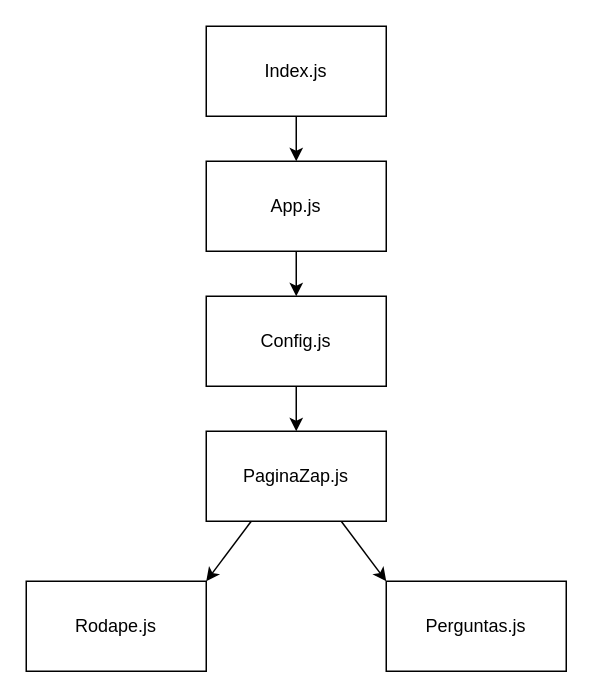
JoaoGMagri/-Driven-projeto9-zaprecall keeps this draw.io diagram as src/Diagrama.drawio. Above is the earlier version. Source tidied: cells renumbered, new cells numbered last; positions are measured from the earlier drawing's top-left corner, leaving out a move shared by most shapes. Both pictures are drawn from the tidied source at 150%, with x=0, y=0 at pixel (26, 26).
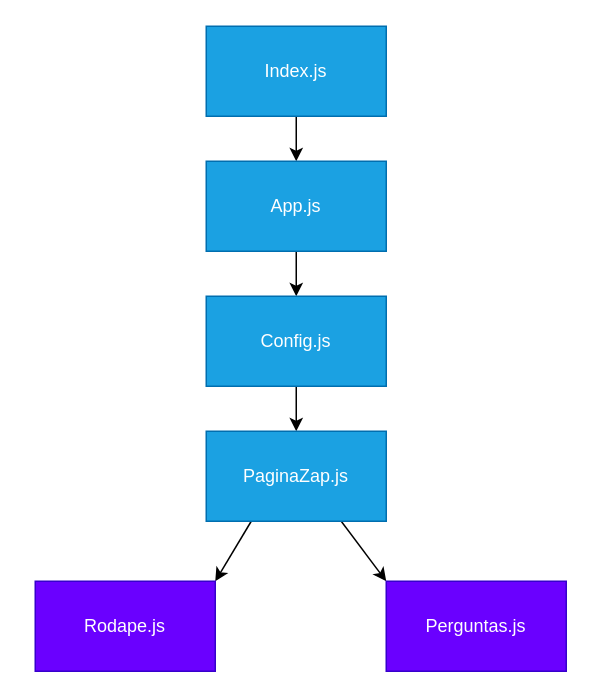
The same diagram, later.

Change to the diagram source:
```diff
@@
 <mxGraphModel>
   <root>
     <mxCell id="0" />
     <mxCell id="1" parent="0" />
     <mxCell id="2" style="edgeStyle=none;html=1;exitX=0.5;exitY=1;exitDx=0;exitDy=0;entryX=0.5;entryY=0;entryDx=0;entryDy=0;" parent="1" edge="1" source="3" target="5">
       <mxGeometry relative="1" as="geometry" />
     </mxCell>
-    <mxCell id="3" value="Index.js" style="rounded=0;whiteSpace=wrap;html=1;" parent="1" vertex="1">
+    <mxCell id="3" value="Index.js" style="rounded=0;whiteSpace=wrap;html=1;fillColor=#1ba1e2;fontColor=#ffffff;strokeColor=#006EAF;" parent="1" vertex="1">
       <mxGeometry x="120" width="120" height="60" as="geometry" />
     </mxCell>
     <mxCell id="4" style="edgeStyle=none;html=1;exitX=0.5;exitY=1;exitDx=0;exitDy=0;entryX=0.5;entryY=0;entryDx=0;entryDy=0;" parent="1" edge="1" source="5" target="7">
       <mxGeometry relative="1" as="geometry" />
     </mxCell>
-    <mxCell id="5" value="App.js" style="rounded=0;whiteSpace=wrap;html=1;" parent="1" vertex="1">
+    <mxCell id="5" value="App.js" style="rounded=0;whiteSpace=wrap;html=1;fillColor=#1ba1e2;fontColor=#ffffff;strokeColor=#006EAF;" parent="1" vertex="1">
       <mxGeometry x="120" y="90" width="120" height="60" as="geometry" />
     </mxCell>
     <mxCell id="6" style="edgeStyle=none;html=1;exitX=0.5;exitY=1;exitDx=0;exitDy=0;entryX=0.5;entryY=0;entryDx=0;entryDy=0;" parent="1" edge="1" source="7" target="10">
       <mxGeometry relative="1" as="geometry" />
     </mxCell>
-    <mxCell id="7" value="Config.js" style="rounded=0;whiteSpace=wrap;html=1;" parent="1" vertex="1">
+    <mxCell id="7" value="Config.js" style="rounded=0;whiteSpace=wrap;html=1;fillColor=#1ba1e2;fontColor=#ffffff;strokeColor=#006EAF;" parent="1" vertex="1">
       <mxGeometry x="120" y="180" width="120" height="60" as="geometry" />
     </mxCell>
     <mxCell id="8" style="edgeStyle=none;html=1;exitX=0.25;exitY=1;exitDx=0;exitDy=0;entryX=1;entryY=0;entryDx=0;entryDy=0;" parent="1" edge="1" source="10" target="11">
       <mxGeometry relative="1" as="geometry" />
     </mxCell>
     <mxCell id="9" style="edgeStyle=none;html=1;exitX=0.75;exitY=1;exitDx=0;exitDy=0;entryX=0;entryY=0;entryDx=0;entryDy=0;" parent="1" edge="1" source="10" target="12">
       <mxGeometry relative="1" as="geometry" />
     </mxCell>
-    <mxCell id="10" value="PaginaZap.js" style="rounded=0;whiteSpace=wrap;html=1;" parent="1" vertex="1">
+    <mxCell id="10" value="PaginaZap.js" style="rounded=0;whiteSpace=wrap;html=1;fillColor=#1ba1e2;fontColor=#ffffff;strokeColor=#006EAF;" parent="1" vertex="1">
       <mxGeometry x="120" y="270" width="120" height="60" as="geometry" />
     </mxCell>
-    <mxCell id="11" value="Rodape.js" style="rounded=0;whiteSpace=wrap;html=1;" parent="1" vertex="1">
-      <mxGeometry y="370" width="120" height="60" as="geometry" />
+    <mxCell id="11" value="Rodape.js" style="rounded=0;whiteSpace=wrap;html=1;fillColor=#6a00ff;fontColor=#ffffff;strokeColor=#3700CC;" parent="1" vertex="1">
+      <mxGeometry x="6" y="370" width="120" height="60" as="geometry" />
     </mxCell>
-    <mxCell id="12" value="Perguntas.js" style="rounded=0;whiteSpace=wrap;html=1;" parent="1" vertex="1">
+    <mxCell id="12" value="Perguntas.js" style="rounded=0;whiteSpace=wrap;html=1;fillColor=#6a00ff;fontColor=#ffffff;strokeColor=#3700CC;" parent="1" vertex="1">
       <mxGeometry x="240" y="370" width="120" height="60" as="geometry" />
     </mxCell>
   </root>
 </mxGraphModel>
```
